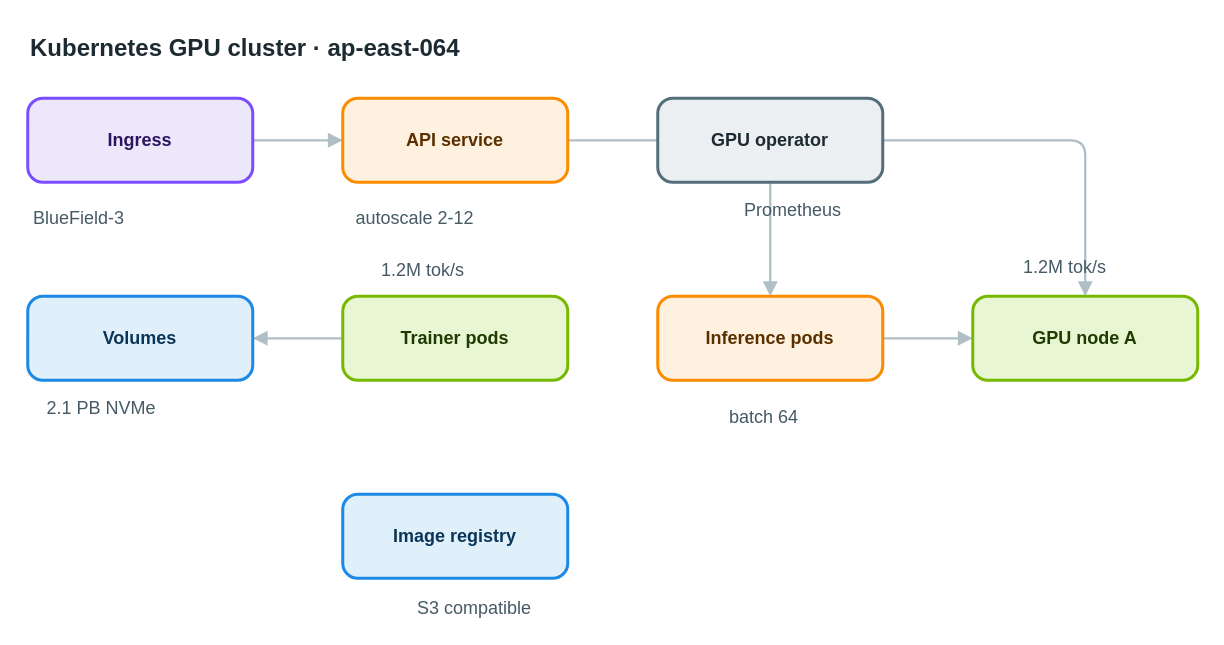
The draw.io diagram apps/web/public/samples/library/064-kubernetes-gpu-cluster.drawio in AryanG01/open-apprentice, before the edit. Source tidied: cells renumbered, new cells numbered last; positions are measured from the earlier drawing's top-left corner, leaving out a move shared by most shapes. Both pictures are drawn from the tidied source at 150%, with x=0, y=0 at pixel (27, 26).
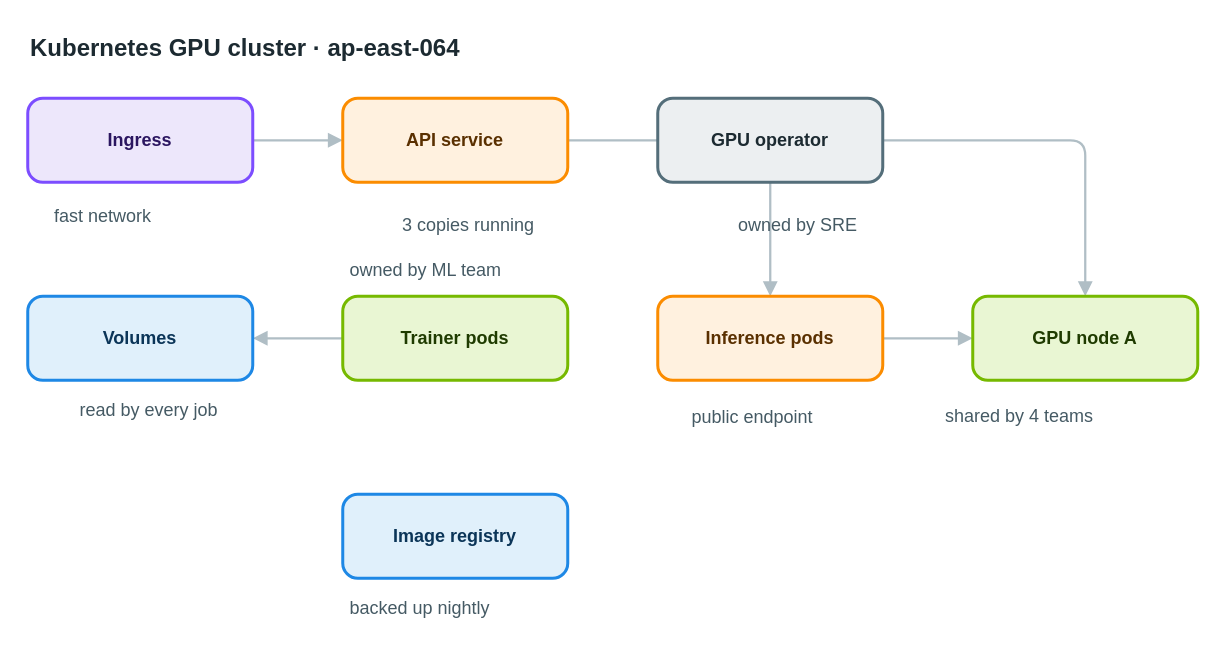
The same diagram, later.

The edit, as a diff of the source:
```diff
@@
-    <mxCell id="16" value="BlueField-3" style="text;html=1;align=left;verticalAlign=top;whiteSpace=nowrap;spacing=0;spacingTop=0;strokeColor=none;fillColor=none;fontSize=12;fontColor=#455a64;" parent="1" vertex="1">
-      <mxGeometry x="4" y="116" width="89" height="20" as="geometry" />
+    <mxCell id="16" value="fast network" style="text;html=1;align=left;verticalAlign=top;whiteSpace=nowrap;spacing=0;spacingTop=0;strokeColor=none;fillColor=none;fontSize=12;fontColor=#455a64;" parent="1" vertex="1">
+      <mxGeometry x="18" y="115" width="96" height="20" as="geometry" />
     </mxCell>
-    <mxCell id="17" value="autoscale 2-12" style="text;html=1;align=left;verticalAlign=top;whiteSpace=nowrap;spacing=0;spacingTop=0;strokeColor=none;fillColor=none;fontSize=12;fontColor=#455a64;" parent="1" vertex="1">
-      <mxGeometry x="219" y="116" width="110" height="20" as="geometry" />
+    <mxCell id="17" value="3 copies running" style="text;html=1;align=left;verticalAlign=top;whiteSpace=nowrap;spacing=0;spacingTop=0;strokeColor=none;fillColor=none;fontSize=12;fontColor=#455a64;" parent="1" vertex="1">
+      <mxGeometry x="250" y="121" width="124" height="20" as="geometry" />
     </mxCell>
-    <mxCell id="18" value="Prometheus" style="text;html=1;align=left;verticalAlign=top;whiteSpace=nowrap;spacing=0;spacingTop=0;strokeColor=none;fillColor=none;fontSize=12;fontColor=#455a64;" parent="1" vertex="1">
-      <mxGeometry x="478" y="111" width="82" height="20" as="geometry" />
+    <mxCell id="18" value="owned by SRE" style="text;html=1;align=left;verticalAlign=top;whiteSpace=nowrap;spacing=0;spacingTop=0;strokeColor=none;fillColor=none;fontSize=12;fontColor=#455a64;" parent="1" vertex="1">
+      <mxGeometry x="474" y="121" width="96" height="20" as="geometry" />
     </mxCell>
-    <mxCell id="19" value="1.2M tok/s" style="text;html=1;align=left;verticalAlign=top;whiteSpace=nowrap;spacing=0;spacingTop=0;strokeColor=none;fillColor=none;fontSize=12;fontColor=#455a64;" parent="1" vertex="1">
-      <mxGeometry x="236" y="151" width="82" height="20" as="geometry" />
+    <mxCell id="19" value="owned by ML team" style="text;html=1;align=left;verticalAlign=top;whiteSpace=nowrap;spacing=0;spacingTop=0;strokeColor=none;fillColor=none;fontSize=12;fontColor=#455a64;" parent="1" vertex="1">
+      <mxGeometry x="215" y="151" width="124" height="20" as="geometry" />
     </mxCell>
-    <mxCell id="20" value="batch 64" style="text;html=1;align=left;verticalAlign=top;whiteSpace=nowrap;spacing=0;spacingTop=0;strokeColor=none;fillColor=none;fontSize=12;fontColor=#455a64;" parent="1" vertex="1">
-      <mxGeometry x="468" y="249" width="68" height="20" as="geometry" />
+    <mxCell id="20" value="public endpoint" style="text;html=1;align=left;verticalAlign=top;whiteSpace=nowrap;spacing=0;spacingTop=0;strokeColor=none;fillColor=none;fontSize=12;fontColor=#455a64;" parent="1" vertex="1">
+      <mxGeometry x="443" y="249" width="117" height="20" as="geometry" />
     </mxCell>
-    <mxCell id="21" value="1.2M tok/s" style="text;html=1;align=left;verticalAlign=top;whiteSpace=nowrap;spacing=0;spacingTop=0;strokeColor=none;fillColor=none;fontSize=12;fontColor=#455a64;" parent="1" vertex="1">
-      <mxGeometry x="664" y="149" width="82" height="20" as="geometry" />
+    <mxCell id="21" value="shared by 4 teams" style="text;html=1;align=left;verticalAlign=top;whiteSpace=nowrap;spacing=0;spacingTop=0;strokeColor=none;fillColor=none;fontSize=12;fontColor=#455a64;" parent="1" vertex="1">
+      <mxGeometry x="612" y="248" width="131" height="20" as="geometry" />
     </mxCell>
-    <mxCell id="22" value="2.1 PB NVMe" style="text;html=1;align=left;verticalAlign=top;whiteSpace=nowrap;spacing=0;spacingTop=0;strokeColor=none;fillColor=none;fontSize=12;fontColor=#455a64;" parent="1" vertex="1">
-      <mxGeometry x="13" y="243" width="89" height="20" as="geometry" />
+    <mxCell id="22" value="read by every job" style="text;html=1;align=left;verticalAlign=top;whiteSpace=nowrap;spacing=0;spacingTop=0;strokeColor=none;fillColor=none;fontSize=12;fontColor=#455a64;" parent="1" vertex="1">
+      <mxGeometry x="35" y="244" width="131" height="20" as="geometry" />
     </mxCell>
-    <mxCell id="23" value="S3 compatible" style="text;html=1;align=left;verticalAlign=top;whiteSpace=nowrap;spacing=0;spacingTop=0;strokeColor=none;fillColor=none;fontSize=12;fontColor=#455a64;" parent="1" vertex="1">
-      <mxGeometry x="260" y="376" width="103" height="20" as="geometry" />
+    <mxCell id="23" value="backed up nightly" style="text;html=1;align=left;verticalAlign=top;whiteSpace=nowrap;spacing=0;spacingTop=0;strokeColor=none;fillColor=none;fontSize=12;fontColor=#455a64;" parent="1" vertex="1">
+      <mxGeometry x="215" y="376" width="131" height="20" as="geometry" />
     </mxCell>
```
